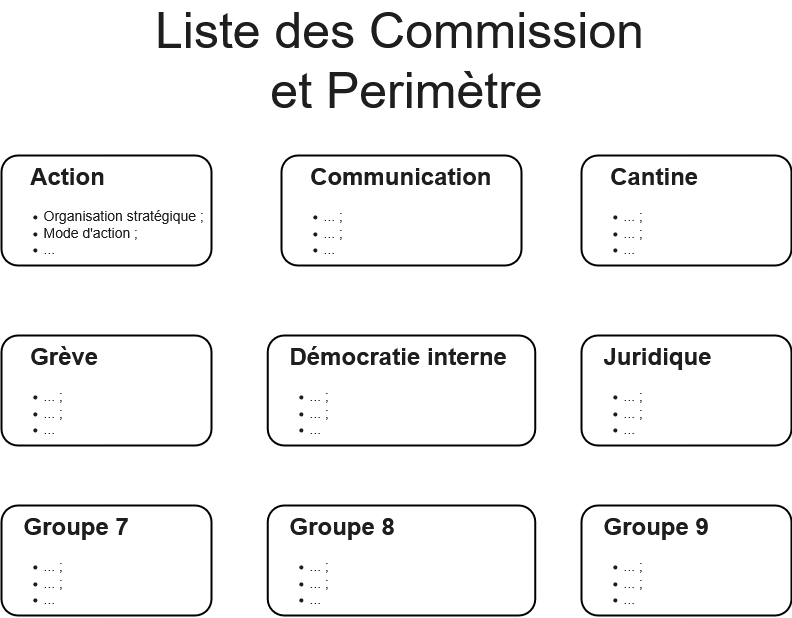
Above: images/commissions.drawio.png in gf10s31/AG_10S_Toulouse (draw.io), before the change. Source tidied: cells renumbered, new cells last; positions are measured from the earlier drawing's top-left corner, leaving out a move shared by most shapes.
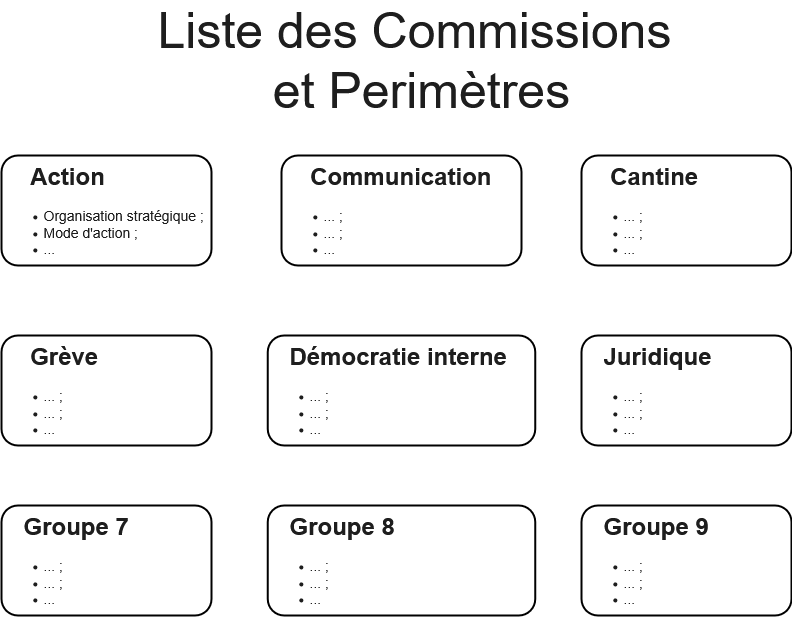
The same diagram one commit later.

Commit message:
deploy: fcf8bae59184fd68317b7497f633a70a565fbf1b

What changed in the source:
```diff
@@ -5,8 +5,8 @@
     <mxCell id="2" value="&lt;h1 style=&quot;margin-top: 0px;&quot; align=&quot;left&quot;&gt;&amp;nbsp; &amp;nbsp; Action&lt;/h1&gt;&lt;div align=&quot;left&quot;&gt;&lt;ul&gt;&lt;li&gt;&lt;font style=&quot;font-size: 14px;&quot;&gt;Organisation stratégique ;&lt;/font&gt;&lt;/li&gt;&lt;li&gt;&lt;font style=&quot;font-size: 14px;&quot;&gt;Mode d'action ;&lt;/font&gt;&lt;/li&gt;&lt;li&gt;&lt;font style=&quot;font-size: 14px;&quot;&gt;...&lt;/font&gt;&lt;/li&gt;&lt;/ul&gt;&lt;/div&gt;" style="text;html=1;whiteSpace=wrap;overflow=hidden;rounded=1;align=left;strokeColor=light-dark(#000000,#000000);strokeWidth=2;fontColor=light-dark(#000000,#1E1E1E);" parent="1" vertex="1">
       <mxGeometry y="110" width="210" height="110" as="geometry" />
     </mxCell>
-    <mxCell id="3" value="&lt;div&gt;&lt;font style=&quot;font-size: 50px;&quot;&gt;Liste des Commission&amp;nbsp;&lt;/font&gt;&lt;/div&gt;&lt;div&gt;&lt;font style=&quot;font-size: 50px;&quot;&gt;et Perimètre&lt;/font&gt;&lt;/div&gt;" style="text;html=1;align=center;verticalAlign=middle;whiteSpace=wrap;rounded=0;strokeColor=none;fontColor=light-dark(#000000,#1E1E1E);" parent="1" vertex="1">
-      <mxGeometry x="150" width="510" height="30" as="geometry" />
+    <mxCell id="3" value="&lt;div&gt;&lt;font style=&quot;font-size: 50px;&quot;&gt;Liste des Commissions&amp;nbsp;&lt;/font&gt;&lt;/div&gt;&lt;div&gt;&lt;font style=&quot;font-size: 50px;&quot;&gt;et Perimètres&lt;/font&gt;&lt;/div&gt;" style="text;html=1;align=center;verticalAlign=middle;whiteSpace=wrap;rounded=0;strokeColor=none;fontColor=light-dark(#000000,#1E1E1E);" parent="1" vertex="1">
+      <mxGeometry x="150" width="540" height="30" as="geometry" />
     </mxCell>
     <mxCell id="4" value="&lt;h1 style=&quot;margin-top: 0px;&quot; align=&quot;left&quot;&gt;&amp;nbsp; &amp;nbsp; Communication&lt;/h1&gt;&lt;div align=&quot;left&quot;&gt;&lt;ul&gt;&lt;li&gt;&lt;font style=&quot;font-size: 14px;&quot;&gt;... ;&lt;/font&gt;&lt;/li&gt;&lt;li&gt;&lt;font style=&quot;font-size: 14px;&quot;&gt;... ;&lt;/font&gt;&lt;/li&gt;&lt;li&gt;&lt;font style=&quot;font-size: 14px;&quot;&gt;...&lt;/font&gt;&lt;/li&gt;&lt;/ul&gt;&lt;/div&gt;" style="text;html=1;whiteSpace=wrap;overflow=hidden;rounded=1;align=left;strokeColor=light-dark(#000000,#000000);strokeWidth=2;fontColor=light-dark(#000000,#1E1E1E);" parent="1" vertex="1">
       <mxGeometry x="280" y="110" width="240" height="110" as="geometry" />
```
